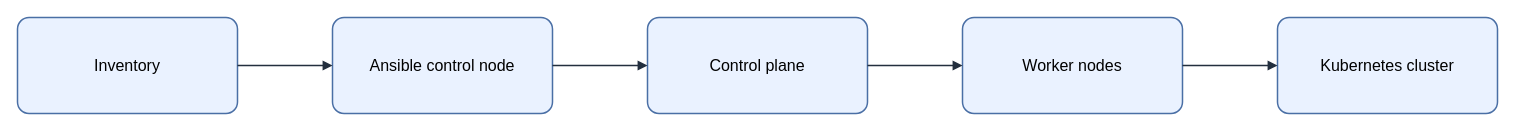
Before: assets/img/iac/ansible-kubernetes-bootstrap.drawio in KKamJi98/kkamji98.github.io, a draw.io diagram. Source tidied: cells renumbered, new cells numbered last; positions are measured from the earlier drawing's top-left corner, leaving out a move shared by most shapes. Both pictures are drawn from the tidied source at 100%, with x=0, y=0 at pixel (17, 17).
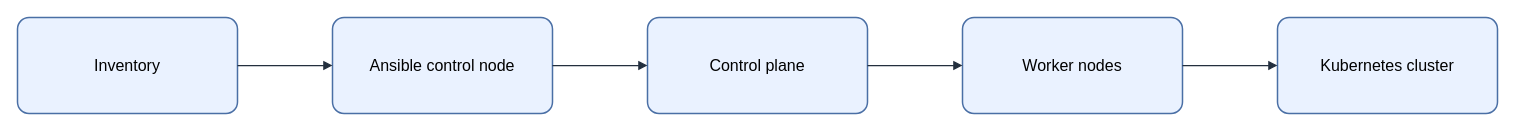
The same page after the edit.

Diff of the diagram source:
```diff
@@
 <mxGraphModel background="#FFFFFF">
   <root>
     <mxCell id="0" />
     <mxCell id="1" parent="0" />
-    <mxCell id="2" value="&lt;font style=&quot;color: rgb(0, 0, 0);&quot;&gt;Inventory&lt;/font&gt;" style="rounded=1;arcSize=12;whiteSpace=wrap;html=1;fillColor=#EAF2FF;strokeColor=#4A6FA5;strokeWidth=1.5;fontColor=#000000;fontSize=16;align=center;verticalAlign=middle;spacing=8;shadow=0;" parent="1" vertex="1">
+    <mxCell id="2" value="Inventory" style="rounded=1;arcSize=12;whiteSpace=wrap;html=0;fillColor=#EAF2FF;strokeColor=#4A6FA5;strokeWidth=1.5;fontColor=#000000;fontSize=16;align=center;verticalAlign=middle;spacing=8;shadow=0;" parent="1" vertex="1">
       <mxGeometry width="220" height="96" as="geometry" />
     </mxCell>
-    <mxCell id="3" value="&lt;font style=&quot;color: rgb(0, 0, 0);&quot;&gt;Ansible control node&lt;/font&gt;" style="rounded=1;arcSize=12;whiteSpace=wrap;html=1;fillColor=#EAF2FF;strokeColor=#4A6FA5;strokeWidth=1.5;fontColor=#000000;fontSize=16;align=center;verticalAlign=middle;spacing=8;shadow=0;" parent="1" vertex="1">
+    <mxCell id="3" value="Ansible control node" style="rounded=1;arcSize=12;whiteSpace=wrap;html=0;fillColor=#EAF2FF;strokeColor=#4A6FA5;strokeWidth=1.5;fontColor=#000000;fontSize=16;align=center;verticalAlign=middle;spacing=8;shadow=0;" parent="1" vertex="1">
       <mxGeometry x="315" width="220" height="96" as="geometry" />
     </mxCell>
-    <mxCell id="4" value="&lt;font style=&quot;color: rgb(0, 0, 0);&quot;&gt;Control plane&lt;/font&gt;" style="rounded=1;arcSize=12;whiteSpace=wrap;html=1;fillColor=#EAF2FF;strokeColor=#4A6FA5;strokeWidth=1.5;fontColor=#000000;fontSize=16;align=center;verticalAlign=middle;spacing=8;shadow=0;" parent="1" vertex="1">
+    <mxCell id="4" value="Control plane" style="rounded=1;arcSize=12;whiteSpace=wrap;html=0;fillColor=#EAF2FF;strokeColor=#4A6FA5;strokeWidth=1.5;fontColor=#000000;fontSize=16;align=center;verticalAlign=middle;spacing=8;shadow=0;" parent="1" vertex="1">
       <mxGeometry x="630" width="220" height="96" as="geometry" />
     </mxCell>
-    <mxCell id="5" value="&lt;font style=&quot;color: rgb(0, 0, 0);&quot;&gt;Worker nodes&lt;/font&gt;" style="rounded=1;arcSize=12;whiteSpace=wrap;html=1;fillColor=#EAF2FF;strokeColor=#4A6FA5;strokeWidth=1.5;fontColor=#000000;fontSize=16;align=center;verticalAlign=middle;spacing=8;shadow=0;" parent="1" vertex="1">
+    <mxCell id="5" value="Worker nodes" style="rounded=1;arcSize=12;whiteSpace=wrap;html=0;fillColor=#EAF2FF;strokeColor=#4A6FA5;strokeWidth=1.5;fontColor=#000000;fontSize=16;align=center;verticalAlign=middle;spacing=8;shadow=0;" parent="1" vertex="1">
       <mxGeometry x="945" width="220" height="96" as="geometry" />
     </mxCell>
-    <mxCell id="6" value="&lt;font style=&quot;color: rgb(0, 0, 0);&quot;&gt;Kubernetes cluster&lt;/font&gt;" style="rounded=1;arcSize=12;whiteSpace=wrap;html=1;fillColor=#EAF2FF;strokeColor=#4A6FA5;strokeWidth=1.5;fontColor=#000000;fontSize=16;align=center;verticalAlign=middle;spacing=8;shadow=0;" parent="1" vertex="1">
+    <mxCell id="6" value="Kubernetes cluster" style="rounded=1;arcSize=12;whiteSpace=wrap;html=0;fillColor=#EAF2FF;strokeColor=#4A6FA5;strokeWidth=1.5;fontColor=#000000;fontSize=16;align=center;verticalAlign=middle;spacing=8;shadow=0;" parent="1" vertex="1">
       <mxGeometry x="1260" width="220" height="96" as="geometry" />
     </mxCell>
-    <mxCell id="7" style="edgeStyle=orthogonalEdgeStyle;rounded=0;jettySize=auto;html=1;endArrow=block;endFill=1;strokeColor=#232F3E;strokeWidth=1.5;fontColor=#000000;labelBackgroundColor=none;exitX=1;exitY=0.5;exitDx=0;exitDy=0;entryX=0;entryY=0.5;entryDx=0;entryDy=0;" parent="1" edge="1" source="2" target="3">
+    <mxCell id="7" style="edgeStyle=orthogonalEdgeStyle;rounded=0;jettySize=auto;html=0;endArrow=block;endFill=1;strokeColor=#232F3E;strokeWidth=1.25;fontColor=#000000;labelBackgroundColor=none;exitX=1;exitY=0.5;exitDx=0;exitDy=0;entryX=0;entryY=0.5;entryDx=0;entryDy=0;" parent="1" edge="1" source="2" target="3">
       <mxGeometry relative="1" as="geometry" />
     </mxCell>
-    <mxCell id="8" style="edgeStyle=orthogonalEdgeStyle;rounded=0;jettySize=auto;html=1;endArrow=block;endFill=1;strokeColor=#232F3E;strokeWidth=1.5;fontColor=#000000;labelBackgroundColor=none;exitX=1;exitY=0.5;exitDx=0;exitDy=0;entryX=0;entryY=0.5;entryDx=0;entryDy=0;" parent="1" edge="1" source="3" target="4">
+    <mxCell id="8" style="edgeStyle=orthogonalEdgeStyle;rounded=0;jettySize=auto;html=0;endArrow=block;endFill=1;strokeColor=#232F3E;strokeWidth=1.25;fontColor=#000000;labelBackgroundColor=none;exitX=1;exitY=0.5;exitDx=0;exitDy=0;entryX=0;entryY=0.5;entryDx=0;entryDy=0;" parent="1" edge="1" source="3" target="4">
       <mxGeometry relative="1" as="geometry" />
     </mxCell>
-    <mxCell id="9" style="edgeStyle=orthogonalEdgeStyle;rounded=0;jettySize=auto;html=1;endArrow=block;endFill=1;strokeColor=#232F3E;strokeWidth=1.5;fontColor=#000000;labelBackgroundColor=none;exitX=1;exitY=0.5;exitDx=0;exitDy=0;entryX=0;entryY=0.5;entryDx=0;entryDy=0;" parent="1" edge="1" source="4" target="5">
+    <mxCell id="9" style="edgeStyle=orthogonalEdgeStyle;rounded=0;jettySize=auto;html=0;endArrow=block;endFill=1;strokeColor=#232F3E;strokeWidth=1.25;fontColor=#000000;labelBackgroundColor=none;exitX=1;exitY=0.5;exitDx=0;exitDy=0;entryX=0;entryY=0.5;entryDx=0;entryDy=0;" parent="1" edge="1" source="4" target="5">
       <mxGeometry relative="1" as="geometry" />
     </mxCell>
-    <mxCell id="10" style="edgeStyle=orthogonalEdgeStyle;rounded=0;jettySize=auto;html=1;endArrow=block;endFill=1;strokeColor=#232F3E;strokeWidth=1.5;fontColor=#000000;labelBackgroundColor=none;exitX=1;exitY=0.5;exitDx=0;exitDy=0;entryX=0;entryY=0.5;entryDx=0;entryDy=0;" parent="1" edge="1" source="5" target="6">
+    <mxCell id="10" style="edgeStyle=orthogonalEdgeStyle;rounded=0;jettySize=auto;html=0;endArrow=block;endFill=1;strokeColor=#232F3E;strokeWidth=1.25;fontColor=#000000;labelBackgroundColor=none;exitX=1;exitY=0.5;exitDx=0;exitDy=0;entryX=0;entryY=0.5;entryDx=0;entryDy=0;" parent="1" edge="1" source="5" target="6">
       <mxGeometry relative="1" as="geometry" />
     </mxCell>
   </root>
 </mxGraphModel>
```
